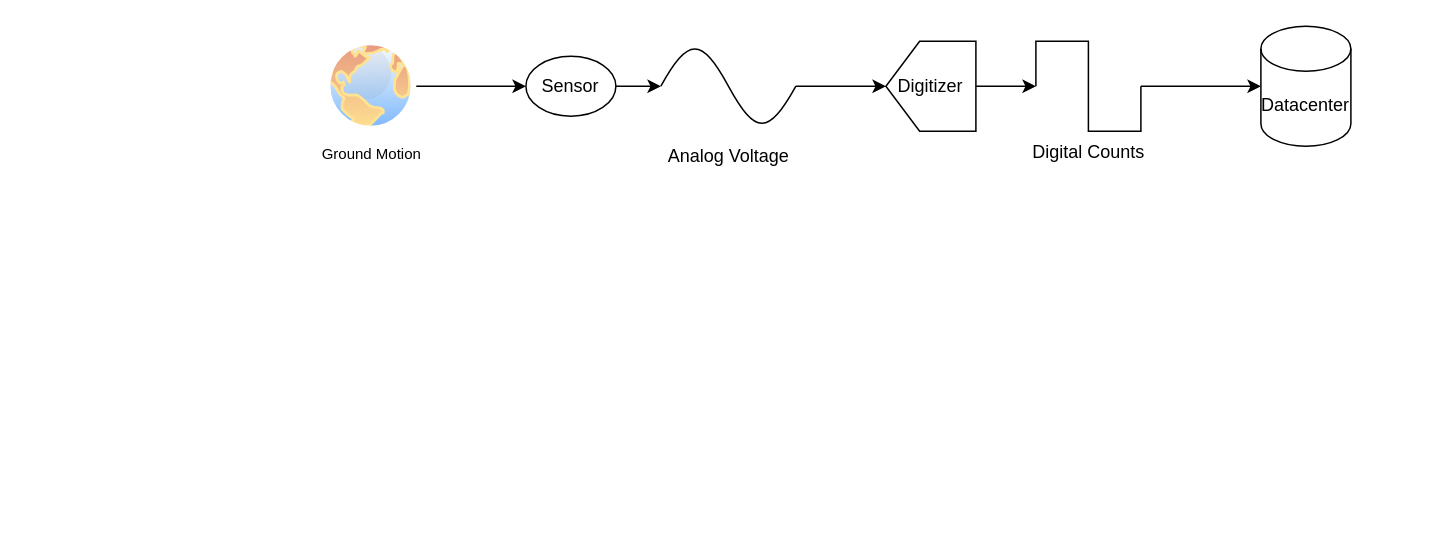
Above: docs/assets/drawio/from-instrument-to-data.drawio in iris-edu/yasmine-stationxml-editor (draw.io), before the change. Source tidied: cells renumbered, new cells numbered last; positions are measured from the earlier drawing's top-left corner, leaving out a move shared by most shapes. Both pictures are drawn from the tidied source at 150%, with x=0, y=0 at pixel (326, 26).
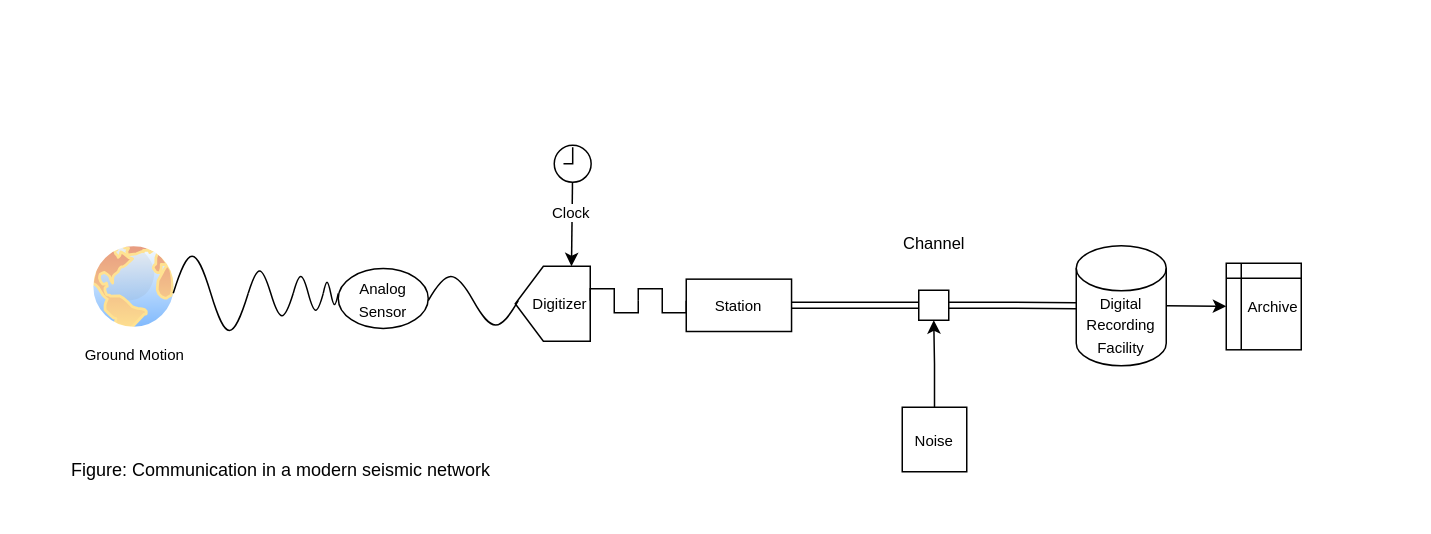
After the change.

The edit, as a diff of the source:
```diff
@@
-    <mxCell id="2" style="group;" parent="1" vertex="1">
-      <mxGeometry width="683.1" height="80" as="geometry" />
-    </mxCell>
+    <mxCell id="14" style="group;" parent="1" vertex="1">
+      <mxGeometry x="-200" y="80" width="920" height="241" as="geometry" />
+    </mxCell>
+    <mxCell id="15" style="group;" parent="14" vertex="1">
+      <mxGeometry width="376.6" height="136.2" as="geometry" />
+    </mxCell>
-    <mxCell id="3" value="Ground Motion" style="perimeter=ellipsePerimeter;html=1;align=center;shadow=0;dashed=0;spacingTop=3;image;image=img/lib/active_directory/internet_globe.svg;labelBackgroundColor=none;fontSize=10;strokeWidth=3;opacity=50;" parent="2" vertex="1">
-      <mxGeometry y="10" width="60" height="60" as="geometry" />
+    <mxCell id="3" value="Ground Motion" style="perimeter=ellipsePerimeter;html=1;align=center;shadow=0;dashed=0;spacingTop=3;image;image=img/lib/active_directory/internet_globe.svg;labelBackgroundColor=none;fontSize=10;strokeWidth=3;opacity=50;" parent="15" vertex="1">
+      <mxGeometry x="42" y="64" width="60" height="60" as="geometry" />
     </mxCell>
+    <mxCell id="16" style="group;" parent="15" vertex="1">
+      <mxGeometry x="166" width="210.6" height="136.2" as="geometry" />
+    </mxCell>
+    <mxCell id="17" style="group;" parent="16" vertex="1">
+      <mxGeometry y="70" width="210" height="66.2" as="geometry" />
+    </mxCell>
-    <mxCell id="4" value="Digitizer" style="shape=offPageConnector;whiteSpace=wrap;html=1;sketch=0;direction=south;" parent="2" vertex="1">
-      <mxGeometry x="373.1" y="10" width="60" height="60" as="geometry" />
+    <mxCell id="4" value="&lt;font style=&quot;font-size: 10px&quot;&gt;Digitizer&lt;/font&gt;" style="shape=offPageConnector;whiteSpace=wrap;html=1;sketch=0;direction=south;align=right;" parent="17" vertex="1">
+      <mxGeometry x="160" y="10" width="50" height="50" as="geometry" />
     </mxCell>
-    <mxCell id="5" value="Sensor" style="ellipse;whiteSpace=wrap;html=1;sketch=0;" parent="2" vertex="1">
-      <mxGeometry x="133.1" y="20" width="60" height="40" as="geometry" />
-    </mxCell>
-    <mxCell id="6" style="edgeStyle=orthogonalEdgeStyle;rounded=0;jettySize=auto;html=1;" parent="2" edge="1" source="3" target="5">
-      <mxGeometry relative="1" as="geometry" />
-    </mxCell>
-    <mxCell id="7" value="Datacenter" style="shape=cylinder3;whiteSpace=wrap;html=1;boundedLbl=1;backgroundOutline=1;size=15;sketch=0;" parent="2" vertex="1">
-      <mxGeometry x="623.1" width="60" height="80" as="geometry" />
-    </mxCell>
-    <mxCell id="8" style="edgeStyle=orthogonalEdgeStyle;rounded=0;jettySize=auto;html=1;entryX=0.5;entryY=1;entryDx=0;entryDy=0;" parent="2" edge="1" source="9" target="4">
-      <mxGeometry relative="1" as="geometry" />
-    </mxCell>
-    <mxCell id="9" value="Analog Voltage" style="verticalLabelPosition=bottom;shadow=0;dashed=0;align=center;html=1;verticalAlign=top;shape=mxgraph.electrical.waveforms.sine_wave;sketch=0;" parent="2" vertex="1">
-      <mxGeometry x="223.1" y="6.9" width="90" height="66.2" as="geometry" />
-    </mxCell>
-    <mxCell id="10" style="edgeStyle=orthogonalEdgeStyle;rounded=0;jettySize=auto;html=1;exitX=1;exitY=0.5;exitDx=0;exitDy=0;" parent="2" edge="1" source="5" target="9">
-      <mxGeometry relative="1" as="geometry" />
-    </mxCell>
-    <mxCell id="11" style="edgeStyle=orthogonalEdgeStyle;rounded=0;jettySize=auto;html=1;entryX=0;entryY=0.5;entryDx=0;entryDy=0;entryPerimeter=0;" parent="2" edge="1" source="12" target="7">
-      <mxGeometry relative="1" as="geometry" />
-    </mxCell>
-    <mxCell id="12" value="Digital Counts" style="verticalLabelPosition=bottom;shadow=0;dashed=0;align=center;html=1;verticalAlign=top;shape=mxgraph.electrical.waveforms.square_wave;sketch=0;" parent="2" vertex="1">
-      <mxGeometry x="473.1" y="10" width="70" height="60" as="geometry" />
-    </mxCell>
-    <mxCell id="13" style="edgeStyle=orthogonalEdgeStyle;rounded=0;jettySize=auto;html=1;" parent="2" edge="1" source="4" target="12">
-      <mxGeometry relative="1" as="geometry" />
-    </mxCell>
+    <mxCell id="18" style="group;" parent="17" vertex="1">
+      <mxGeometry width="150" height="66.2" as="geometry" />
+    </mxCell>
+    <mxCell id="19" value="&lt;font style=&quot;font-size: 10px&quot;&gt;Analog&lt;br&gt;Sensor&lt;/font&gt;" style="ellipse;whiteSpace=wrap;html=1;sketch=0;" parent="18" vertex="1">
+      <mxGeometry x="42" y="11.5" width="60" height="40" as="geometry" />
+    </mxCell>
+    <mxCell id="20" style="verticalLabelPosition=bottom;shadow=0;dashed=0;align=center;html=1;verticalAlign=top;shape=mxgraph.electrical.waveforms.sine_wave;sketch=0;" parent="18" vertex="1">
+      <mxGeometry x="102" y="11.5" width="60" height="43.1" as="geometry" />
+    </mxCell>
+    <mxCell id="21" style="html=1;verticalLabelPosition=bottom;align=center;labelBackgroundColor=#ffffff;verticalAlign=top;strokeWidth=1;strokeColor=#000000;shadow=0;dashed=0;shape=mxgraph.ios7.icons.clock;fontSize=10;fillColor=default;gradientColor=#ffffff;" parent="16" vertex="1">
+      <mxGeometry x="186" y="-0.6" width="24.6" height="24.6" as="geometry" />
+    </mxCell>
+    <mxCell id="22" style="edgeStyle=none;rounded=0;jettySize=auto;html=1;entryX=0;entryY=0.25;entryDx=0;entryDy=0;fontSize=10;startArrow=none;startFill=0;endArrow=classic;endFill=1;" parent="16" edge="1" source="21" target="4">
+      <mxGeometry relative="1" as="geometry" />
+    </mxCell>
+    <mxCell id="23" value="Clock" style="edgeLabel;html=1;align=center;verticalAlign=middle;fontSize=10;" parent="22" vertex="1">
+      <mxGeometry x="-0.29" y="-1" relative="1" as="geometry" />
+    </mxCell>
+    <mxCell id="24" style="group;" parent="15" vertex="1">
+      <mxGeometry x="98" y="65" width="110" height="66.2" as="geometry" />
+    </mxCell>
+    <mxCell id="25" style="verticalLabelPosition=bottom;shadow=0;dashed=0;align=center;html=1;verticalAlign=top;shape=mxgraph.electrical.waveforms.sine_wave;sketch=0;" parent="24" vertex="1">
+      <mxGeometry width="50" height="66.2" as="geometry" />
+    </mxCell>
+    <mxCell id="26" style="verticalLabelPosition=bottom;shadow=0;dashed=0;align=center;html=1;verticalAlign=top;shape=mxgraph.electrical.waveforms.sine_wave;sketch=0;" parent="24" vertex="1">
+      <mxGeometry x="50" y="13.1" width="30" height="40" as="geometry" />
+    </mxCell>
+    <mxCell id="27" style="verticalLabelPosition=bottom;shadow=0;dashed=0;align=center;html=1;verticalAlign=top;shape=mxgraph.electrical.waveforms.sine_wave;sketch=0;" parent="24" vertex="1">
+      <mxGeometry x="80" y="18.1" width="20" height="30" as="geometry" />
+    </mxCell>
+    <mxCell id="28" style="verticalLabelPosition=bottom;shadow=0;dashed=0;align=center;html=1;verticalAlign=top;shape=mxgraph.electrical.waveforms.sine_wave;sketch=0;" parent="24" vertex="1">
+      <mxGeometry x="100" y="23.1" width="10" height="20" as="geometry" />
+    </mxCell>
+    <mxCell id="29" value="Figure: Communication in a modern seismic network" style="text;html=1;strokeColor=none;fillColor=none;align=center;verticalAlign=middle;whiteSpace=wrap;rounded=0;fontSize=12;" parent="14" vertex="1">
+      <mxGeometry x="10" y="201" width="320" height="30" as="geometry" />
+    </mxCell>
+    <mxCell id="30" style="group;" parent="14" vertex="1">
+      <mxGeometry x="410" y="74.6" width="140" height="56.9" as="geometry" />
+    </mxCell>
+    <mxCell id="31" value="&lt;font style=&quot;font-size: 10px&quot;&gt;Station&lt;/font&gt;" style="rounded=0;whiteSpace=wrap;html=1;fontSize=12;strokeColor=default;strokeWidth=1;fillColor=none;gradientColor=#ffffff;align=center;" parent="30" vertex="1">
+      <mxGeometry x="30" y="14" width="70.2" height="34.9" as="geometry" />
+    </mxCell>
+    <mxCell id="32" style="group;" parent="14" vertex="1">
+      <mxGeometry x="376" y="95" width="64" height="16" as="geometry" />
+    </mxCell>
+    <mxCell id="33" style="verticalLabelPosition=bottom;shadow=0;dashed=0;align=center;html=1;verticalAlign=top;shape=mxgraph.electrical.waveforms.square_wave;sketch=0;" parent="32" vertex="1">
+      <mxGeometry width="32" height="16" as="geometry" />
+    </mxCell>
+    <mxCell id="34" style="verticalLabelPosition=bottom;shadow=0;dashed=0;align=center;html=1;verticalAlign=top;shape=mxgraph.electrical.waveforms.square_wave;sketch=0;" parent="32" vertex="1">
+      <mxGeometry x="32" width="32" height="16" as="geometry" />
+    </mxCell>
+    <mxCell id="35" style="edgeStyle=none;rounded=0;jettySize=auto;html=1;exitX=1;exitY=0.5;exitDx=0;exitDy=0;entryX=0;entryY=0.5;entryDx=0;entryDy=0;fontSize=12;startArrow=none;startFill=0;endArrow=none;endFill=0;shape=link;" parent="14" edge="1" source="31" target="37">
+      <mxGeometry relative="1" as="geometry" />
+    </mxCell>
+    <mxCell id="36" style="group;" parent="14" vertex="1">
+      <mxGeometry x="550" y="71" width="370" height="170" as="geometry" />
+    </mxCell>
+    <mxCell id="37" style="whiteSpace=wrap;html=1;fontSize=10;strokeColor=#000000;strokeWidth=1;fillColor=default;gradientColor=#ffffff;align=right;" parent="36" vertex="1">
+      <mxGeometry x="45" y="25" width="20" height="20" as="geometry" />
+    </mxCell>
+    <mxCell id="38" style="edgeStyle=orthogonalEdgeStyle;rounded=0;jettySize=auto;html=1;exitX=0.5;exitY=0;exitDx=0;exitDy=0;entryX=0.5;entryY=1;entryDx=0;entryDy=0;fontSize=10;" parent="36" edge="1" source="40" target="37">
+      <mxGeometry relative="1" as="geometry" />
+    </mxCell>
+    <mxCell id="39" style="edgeStyle=orthogonalEdgeStyle;shape=link;rounded=0;jettySize=auto;html=1;exitX=1;exitY=0.5;exitDx=0;exitDy=0;fontSize=10;startArrow=none;startFill=0;" parent="36" edge="1" source="37" target="42">
+      <mxGeometry relative="1" as="geometry" />
+    </mxCell>
+    <mxCell id="40" value="Noise" style="whiteSpace=wrap;html=1;fontSize=10;strokeColor=#000000;strokeWidth=1;fillColor=default;gradientColor=#ffffff;align=center;" parent="36" vertex="1">
+      <mxGeometry x="34" y="103" width="43" height="43" as="geometry" />
+    </mxCell>
+    <mxCell id="41" style="group;" parent="36" vertex="1">
+      <mxGeometry x="160" y="1.7" width="60" height="80" as="geometry" />
+    </mxCell>
+    <mxCell id="42" value="&lt;font style=&quot;font-size: 10px&quot;&gt;Digital Recording Facility&lt;/font&gt;" style="shape=cylinder3;whiteSpace=wrap;html=1;boundedLbl=1;backgroundOutline=1;size=15;sketch=0;" parent="41" vertex="1">
+      <mxGeometry x="-10" y="-6.3" width="60" height="80" as="geometry" />
+    </mxCell>
+    <mxCell id="43" value="&lt;font style=&quot;font-size: 10px&quot;&gt;Archive&lt;/font&gt;" style="shape=internalStorage;whiteSpace=wrap;html=1;backgroundOutline=1;fontSize=12;strokeColor=default;strokeWidth=1;fillColor=none;gradientColor=#ffffff;align=right;dx=10;dy=10;" parent="36" vertex="1">
+      <mxGeometry x="250" y="7" width="50" height="57.7" as="geometry" />
+    </mxCell>
+    <mxCell id="44" style="edgeStyle=none;rounded=0;jettySize=auto;html=1;exitX=1;exitY=0.5;exitDx=0;exitDy=0;exitPerimeter=0;fontSize=12;startArrow=none;startFill=0;endArrow=classic;endFill=1;" parent="36" edge="1" source="42" target="43">
+      <mxGeometry relative="1" as="geometry" />
+    </mxCell>
+    <mxCell id="45" value="&lt;font style=&quot;font-size: 11px&quot;&gt;Channel&lt;/font&gt;" style="text;html=1;align=center;verticalAlign=middle;strokeColor=none;fillColor=none;fontSize=12;" parent="14" vertex="1">
+      <mxGeometry x="575" y="54.6" width="60" height="20" as="geometry" />
+    </mxCell>
```
